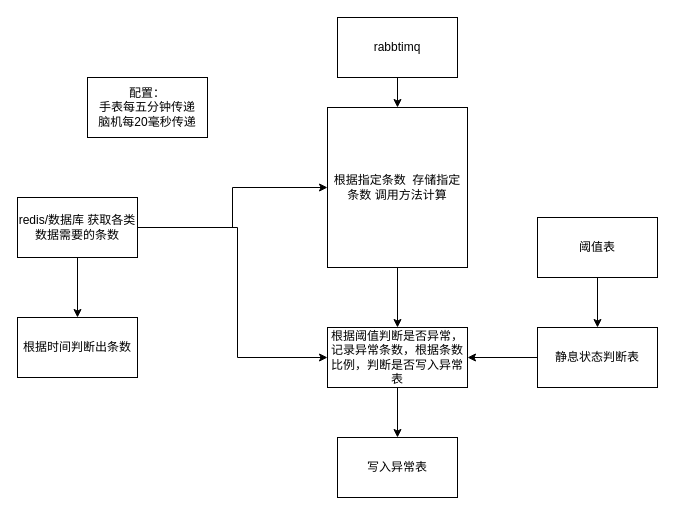
Above: 安全生产健康报警.drawio in heibaike123/- (draw.io), before the change. Source tidied: cells renumbered, new cells numbered last; positions are measured from the earlier drawing's top-left corner, leaving out a move shared by most shapes. Both pictures are drawn from the tidied source at 100%, with x=0, y=0 at pixel (17, 17).
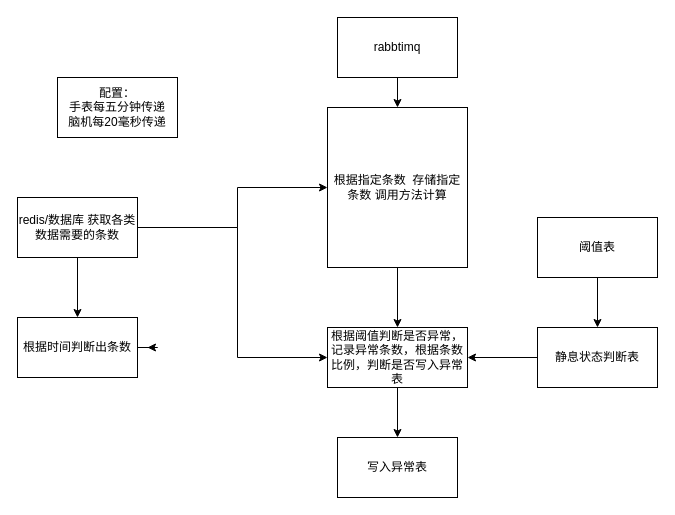
Above is the later version.

Commit message (it also covers changes not shown here):
更新安全生产健康报警.drawio

The change refers to these unchanged cells:
```xml
<mxCell id="5" value="根据指定条数&amp;nbsp; 存储指定条数 调用方法计算" style="whiteSpace=wrap;html=1;rounded=0;" parent="1" vertex="1">
  <mxGeometry x="310" y="90" width="140" height="160" as="geometry" />
</mxCell>
<mxCell id="9" value="redis/数据库 获取各类数据需要的条数" style="rounded=0;whiteSpace=wrap;html=1;" parent="1" vertex="1">
  <mxGeometry y="180" width="120" height="60" as="geometry" />
</mxCell>
<mxCell id="17" value="根据时间判断出条数" style="whiteSpace=wrap;html=1;rounded=0;" parent="1" vertex="1">
  <mxGeometry y="300" width="120" height="60" as="geometry" />
</mxCell>
```

Diff of the diagram source:
```diff
@@
     <mxCell id="6" style="edgeStyle=orthogonalEdgeStyle;rounded=0;jettySize=auto;html=1;exitX=1;exitY=0.5;exitDx=0;exitDy=0;" parent="1" edge="1" source="9" target="5">
-      <mxGeometry relative="1" as="geometry" />
+      <mxGeometry relative="1" as="geometry">
+        <Array as="points">
+          <mxPoint x="220" y="210" />
+          <mxPoint x="220" y="170" />
+        </Array>
+      </mxGeometry>
     </mxCell>
@@
+    <mxCell id="19" style="edgeStyle=orthogonalEdgeStyle;rounded=0;jettySize=auto;html=1;" parent="1" edge="1" source="17">
+      <mxGeometry relative="1" as="geometry">
+        <mxPoint x="130" y="330" as="targetPoint" />
+      </mxGeometry>
+    </mxCell>
@@
     <mxCell id="18" value="配置：&lt;br&gt;手表每五分钟传递&lt;br&gt;脑机每20毫秒传递" style="rounded=0;whiteSpace=wrap;html=1;" parent="1" vertex="1">
-      <mxGeometry x="70" y="60" width="120" height="60" as="geometry" />
+      <mxGeometry x="40" y="60" width="120" height="60" as="geometry" />
     </mxCell>
```
